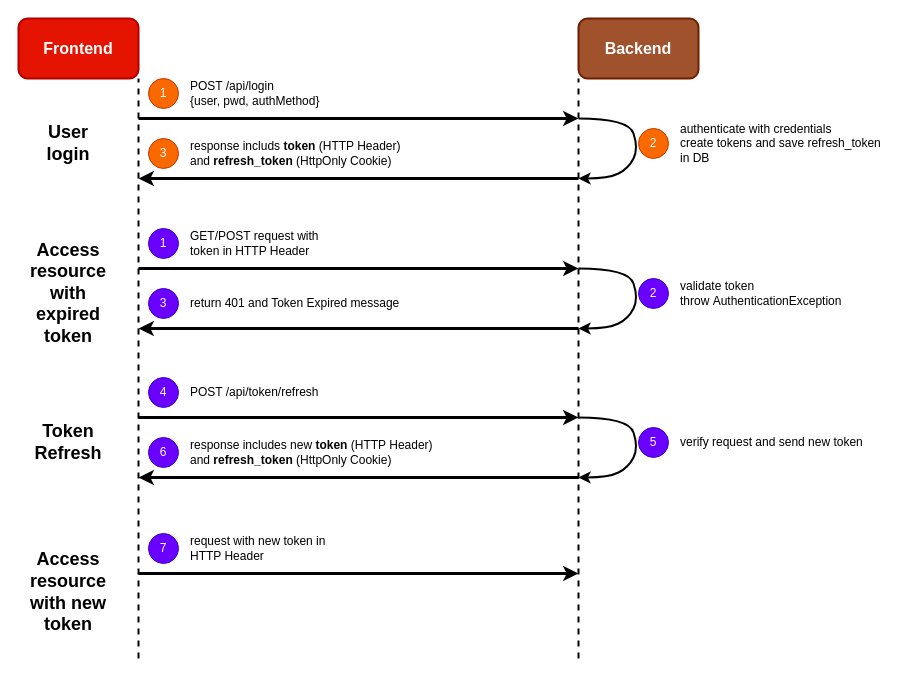
oasics/oasics.github.io keeps this draw.io diagram as Unbenanntes Diagramm.drawio. Above is the earlier version. Source tidied: cells renumbered, new cells numbered last; positions are measured from the earlier drawing's top-left corner, leaving out a move shared by most shapes. Both pictures are drawn from the tidied source at 100%, with x=0, y=0 at pixel (18, 18).
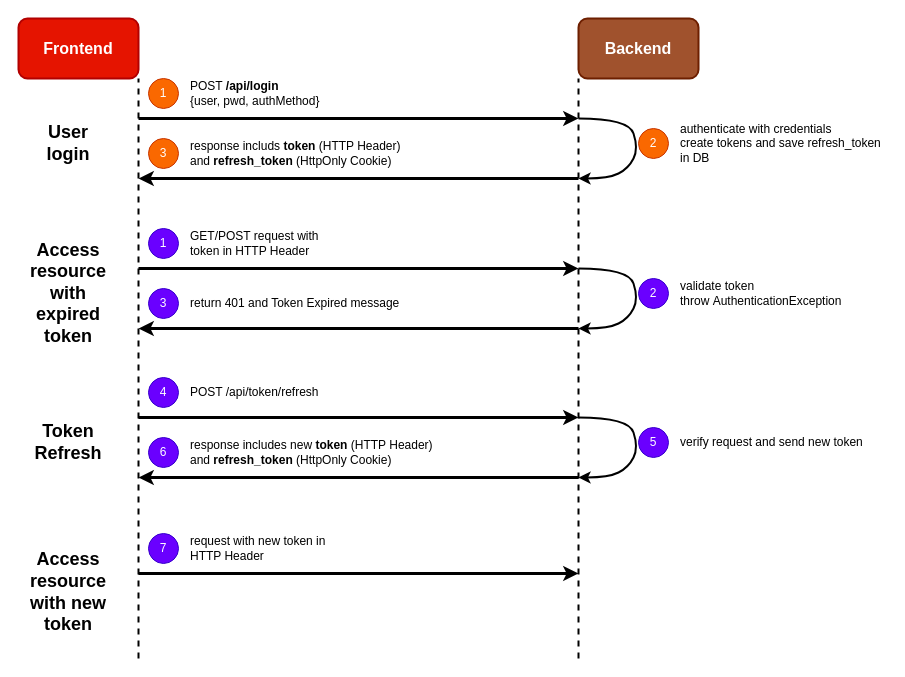
The same diagram, later.

What changed in the source:
```diff
@@
-    <mxCell id="8" value="POST /api/login&lt;div&gt;{user, pwd, authMethod}&amp;nbsp;&lt;/div&gt;" style="text;html=1;align=left;verticalAlign=middle;whiteSpace=wrap;rounded=0;" parent="1" vertex="1">
+    <mxCell id="8" value="POST &lt;b&gt;/api/login&lt;/b&gt;&lt;div&gt;{user, pwd, authMethod}&amp;nbsp;&lt;/div&gt;" style="text;html=1;align=left;verticalAlign=middle;whiteSpace=wrap;rounded=0;" parent="1" vertex="1">
       <mxGeometry x="170" y="50" width="150" height="50" as="geometry" />
     </mxCell>
```
